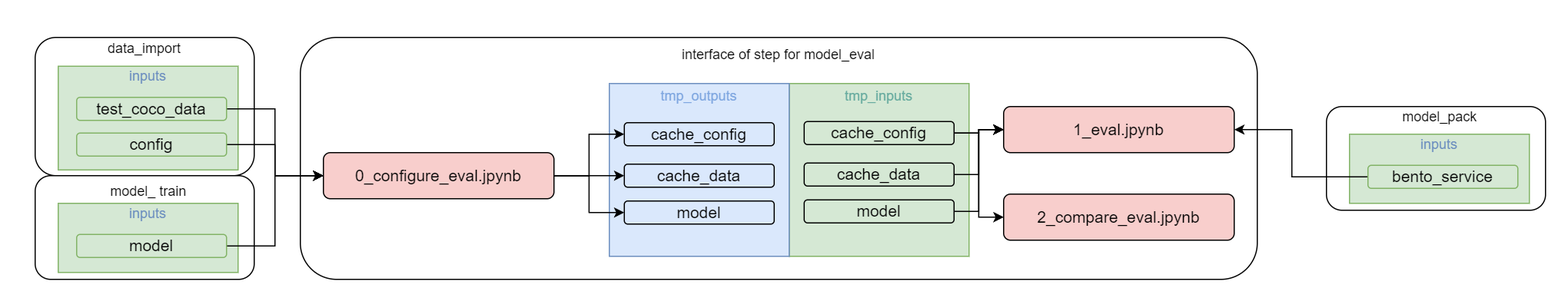
4-DS/obj_detect_rest-model_eval keeps this draw.io diagram as imgs/model_eval_interface.drawio.png. Above is the earlier version. Source tidied: cells renumbered, new cells last; positions are measured from the earlier drawing's top-left corner, leaving out a move shared by most shapes.
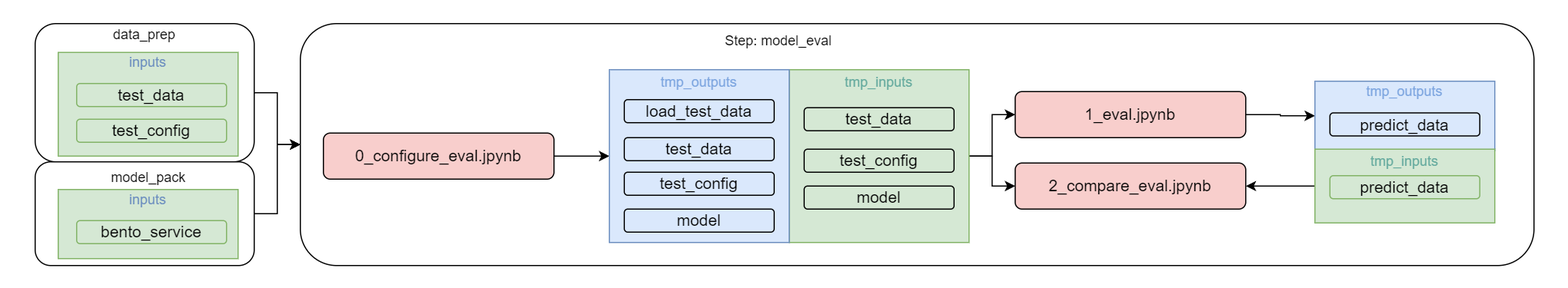
Above is the later version.

Commit message:
unpack binary model from bentoservice

Change to the diagram source:
```diff
@@ -3,25 +3,40 @@
     <mxCell id="0" />
     <mxCell id="1" parent="0" />
     <mxCell id="2" style="rounded=1;whiteSpace=wrap;html=1;strokeColor=none;" parent="1" vertex="1">
-      <mxGeometry width="1360" height="250" as="geometry" />
+      <mxGeometry y="12" width="1360" height="250" as="geometry" />
     </mxCell>
+    <mxCell id="40" style="edgeStyle=orthogonalEdgeStyle;rounded=0;jettySize=auto;html=1;" parent="1" edge="1" source="3" target="4">
+      <mxGeometry relative="1" as="geometry" />
+    </mxCell>
     <mxCell id="3" style="rounded=1;whiteSpace=wrap;html=1;" parent="1" vertex="1">
       <mxGeometry x="30" y="32" width="190" height="120" as="geometry" />
     </mxCell>
     <mxCell id="4" style="rounded=1;whiteSpace=wrap;html=1;" parent="1" vertex="1">
-      <mxGeometry x="260" y="32" width="830" height="210" as="geometry" />
+      <mxGeometry x="260" y="32" width="1070" height="210" as="geometry" />
     </mxCell>
+    <mxCell id="41" style="edgeStyle=orthogonalEdgeStyle;rounded=0;jettySize=auto;html=1;" parent="1" edge="1" source="5" target="7">
+      <mxGeometry relative="1" as="geometry" />
+    </mxCell>
+    <mxCell id="42" style="edgeStyle=orthogonalEdgeStyle;rounded=0;jettySize=auto;html=1;" parent="1" edge="1" source="5" target="18">
+      <mxGeometry relative="1" as="geometry" />
+    </mxCell>
     <mxCell id="5" value="&lt;font style=&quot;font-size: 12px;&quot;&gt;&lt;font color=&quot;#67ab9f&quot;&gt;&lt;font style=&quot;font-size: 12px;&quot;&gt;tmp_inputs&lt;/font&gt;&lt;br&gt;&lt;br&gt;&lt;br&gt;&lt;br&gt;&lt;br&gt;&lt;br&gt;&lt;br&gt;&lt;br&gt;&lt;br&gt;&lt;/font&gt;&lt;br&gt;&lt;/font&gt;" style="rounded=0;whiteSpace=wrap;html=1;fillColor=#d5e8d4;strokeColor=#82b366;" parent="1" vertex="1">
       <mxGeometry x="684" y="72" width="156" height="150" as="geometry" />
     </mxCell>
-    <mxCell id="6" value="interface of step for model_eval" style="text;html=1;strokeColor=none;fillColor=none;align=center;verticalAlign=middle;whiteSpace=wrap;rounded=0;" parent="1" vertex="1">
+    <mxCell id="6" value="Step: model_eval" style="text;html=1;strokeColor=none;fillColor=none;align=center;verticalAlign=middle;whiteSpace=wrap;rounded=0;" parent="1" vertex="1">
       <mxGeometry x="560" y="32" width="230" height="30" as="geometry" />
     </mxCell>
+    <mxCell id="43" style="edgeStyle=orthogonalEdgeStyle;rounded=0;jettySize=auto;html=1;entryX=0;entryY=0.5;entryDx=0;entryDy=0;" parent="1" edge="1" source="7" target="47">
+      <mxGeometry relative="1" as="geometry" />
+    </mxCell>
     <mxCell id="7" value="&lt;font style=&quot;font-size: 14px;&quot;&gt;1_eval.jpynb&lt;/font&gt;" style="rounded=1;whiteSpace=wrap;html=1;fillColor=#f8cecc;strokeColor=#000000;strokeWidth=1;" parent="1" vertex="1">
-      <mxGeometry x="870" y="92" width="200" height="40" as="geometry" />
+      <mxGeometry x="880" y="91" width="200" height="40" as="geometry" />
     </mxCell>
+    <mxCell id="44" style="edgeStyle=orthogonalEdgeStyle;rounded=0;jettySize=auto;html=1;" parent="1" edge="1" source="8" target="9">
+      <mxGeometry relative="1" as="geometry" />
+    </mxCell>
     <mxCell id="8" value="&lt;font style=&quot;font-size: 14px;&quot;&gt;0_configure_eval.jpynb&lt;/font&gt;" style="rounded=1;whiteSpace=wrap;html=1;fillColor=#f8cecc;strokeColor=#000000;strokeWidth=1;" parent="1" vertex="1">
-      <mxGeometry x="280" y="132" width="200" height="40" as="geometry" />
+      <mxGeometry x="280" y="127" width="200" height="40" as="geometry" />
     </mxCell>
     <mxCell id="9" value="&lt;font style=&quot;font-size: 12px;&quot;&gt;&lt;font color=&quot;#7ea6e0&quot;&gt;&lt;font style=&quot;font-size: 12px;&quot;&gt;tmp_outputs&lt;/font&gt;&lt;br&gt;&lt;br&gt;&lt;br&gt;&lt;br&gt;&lt;br&gt;&lt;br&gt;&lt;br&gt;&lt;br&gt;&lt;br&gt;&lt;/font&gt;&lt;br&gt;&lt;/font&gt;" style="rounded=0;whiteSpace=wrap;html=1;fillColor=#dae8fc;strokeColor=#6c8ebf;" parent="1" vertex="1">
       <mxGeometry x="528" y="72" width="156" height="150" as="geometry" />
@@ -29,97 +44,68 @@
     <mxCell id="10" value="&lt;font style=&quot;font-size: 12px;&quot;&gt;&lt;font color=&quot;#6c8ebf&quot;&gt;&lt;font style=&quot;font-size: 12px;&quot;&gt;inputs&lt;/font&gt;&lt;br&gt;&lt;br&gt;&lt;br&gt;&lt;br&gt;&lt;br&gt;&lt;/font&gt;&lt;br&gt;&lt;/font&gt;" style="rounded=0;whiteSpace=wrap;html=1;fillColor=#d5e8d4;strokeColor=#82b366;" parent="1" vertex="1">
       <mxGeometry x="50" y="57" width="156" height="90" as="geometry" />
     </mxCell>
-    <mxCell id="11" style="edgeStyle=orthogonalEdgeStyle;rounded=0;jettySize=auto;html=1;entryX=0;entryY=0.5;entryDx=0;entryDy=0;" parent="1" edge="1" source="12" target="8">
-      <mxGeometry relative="1" as="geometry" />
-    </mxCell>
-    <mxCell id="12" value="&lt;font style=&quot;font-size: 14px;&quot;&gt;config&lt;/font&gt;" style="rounded=1;whiteSpace=wrap;html=1;fillColor=#d5e8d4;strokeColor=#82b366;strokeWidth=1;" parent="1" vertex="1">
+    <mxCell id="12" value="&lt;font style=&quot;font-size: 14px;&quot;&gt;test_config&lt;/font&gt;" style="rounded=1;whiteSpace=wrap;html=1;fillColor=#d5e8d4;strokeColor=#82b366;strokeWidth=1;" parent="1" vertex="1">
       <mxGeometry x="66" y="115" width="130" height="20" as="geometry" />
     </mxCell>
-    <mxCell id="13" style="edgeStyle=orthogonalEdgeStyle;rounded=0;jettySize=auto;html=1;entryX=0;entryY=0.5;entryDx=0;entryDy=0;" parent="1" edge="1" source="14" target="8">
-      <mxGeometry relative="1" as="geometry" />
-    </mxCell>
-    <mxCell id="14" value="&lt;font style=&quot;font-size: 14px;&quot;&gt;test_coco_data&lt;/font&gt;" style="rounded=1;whiteSpace=wrap;html=1;fillColor=#d5e8d4;strokeColor=#82b366;strokeWidth=1;" parent="1" vertex="1">
+    <mxCell id="14" value="&lt;font style=&quot;font-size: 14px;&quot;&gt;test_data&lt;/font&gt;" style="rounded=1;whiteSpace=wrap;html=1;fillColor=#d5e8d4;strokeColor=#82b366;strokeWidth=1;" parent="1" vertex="1">
       <mxGeometry x="66" y="84" width="130" height="20" as="geometry" />
     </mxCell>
-    <mxCell id="15" value="&lt;font style=&quot;font-size: 14px;&quot;&gt;model&lt;/font&gt;" style="rounded=1;whiteSpace=wrap;html=1;fillColor=#dae8fc;strokeColor=#000000;strokeWidth=1;" parent="1" vertex="1">
-      <mxGeometry x="541" y="174" width="130" height="20" as="geometry" />
+    <mxCell id="15" value="&lt;font style=&quot;font-size: 14px;&quot;&gt;test_config&lt;/font&gt;" style="rounded=1;whiteSpace=wrap;html=1;fillColor=#dae8fc;strokeColor=#000000;strokeWidth=1;" parent="1" vertex="1">
+      <mxGeometry x="541" y="161" width="130" height="20" as="geometry" />
     </mxCell>
-    <mxCell id="16" value="&lt;font style=&quot;font-size: 14px;&quot;&gt;cache_config&lt;/font&gt;" style="rounded=1;whiteSpace=wrap;html=1;fillColor=#dae8fc;strokeColor=#000000;strokeWidth=1;" parent="1" vertex="1">
-      <mxGeometry x="541" y="106" width="130" height="20" as="geometry" />
+    <mxCell id="16" value="&lt;font style=&quot;font-size: 14px;&quot;&gt;load_test_data&lt;/font&gt;" style="rounded=1;whiteSpace=wrap;html=1;fillColor=#dae8fc;strokeColor=#000000;strokeWidth=1;" parent="1" vertex="1">
+      <mxGeometry x="541" y="98" width="130" height="20" as="geometry" />
     </mxCell>
-    <mxCell id="17" value="&lt;font style=&quot;font-size: 14px;&quot;&gt;cache_data&lt;/font&gt;" style="rounded=1;whiteSpace=wrap;html=1;fillColor=#dae8fc;strokeColor=#000000;strokeWidth=1;" parent="1" vertex="1">
-      <mxGeometry x="541" y="142" width="130" height="20" as="geometry" />
+    <mxCell id="17" value="&lt;font style=&quot;font-size: 14px;&quot;&gt;test_data&lt;/font&gt;" style="rounded=1;whiteSpace=wrap;html=1;fillColor=#dae8fc;strokeColor=#000000;strokeWidth=1;" parent="1" vertex="1">
+      <mxGeometry x="541" y="131" width="130" height="20" as="geometry" />
     </mxCell>
     <mxCell id="18" value="&lt;font style=&quot;font-size: 14px;&quot;&gt;2_compare_eval.jpynb&lt;/font&gt;" style="rounded=1;whiteSpace=wrap;html=1;fillColor=#f8cecc;strokeColor=#000000;strokeWidth=1;" parent="1" vertex="1">
-      <mxGeometry x="870" y="168" width="200" height="40" as="geometry" />
+      <mxGeometry x="880" y="153" width="200" height="40" as="geometry" />
     </mxCell>
-    <mxCell id="19" style="edgeStyle=orthogonalEdgeStyle;rounded=0;jettySize=auto;html=1;entryX=0;entryY=0.5;entryDx=0;entryDy=0;" parent="1" edge="1" source="8" target="16">
-      <mxGeometry relative="1" as="geometry" />
-    </mxCell>
-    <mxCell id="20" style="edgeStyle=orthogonalEdgeStyle;rounded=0;jettySize=auto;html=1;entryX=0;entryY=0.5;entryDx=0;entryDy=0;" parent="1" edge="1" source="8" target="17">
-      <mxGeometry relative="1" as="geometry" />
-    </mxCell>
-    <mxCell id="21" style="edgeStyle=orthogonalEdgeStyle;rounded=0;jettySize=auto;html=1;entryX=0;entryY=0.5;entryDx=0;entryDy=0;" parent="1" edge="1" source="8" target="15">
-      <mxGeometry relative="1" as="geometry" />
-    </mxCell>
-    <mxCell id="22" style="edgeStyle=orthogonalEdgeStyle;rounded=0;jettySize=auto;html=1;entryX=0;entryY=0.5;entryDx=0;entryDy=0;" parent="1" edge="1" source="23" target="7">
-      <mxGeometry relative="1" as="geometry" />
-    </mxCell>
     <mxCell id="23" value="&lt;font style=&quot;font-size: 14px;&quot;&gt;model&lt;/font&gt;" style="rounded=1;whiteSpace=wrap;html=1;fillColor=#d5e8d4;strokeColor=#000000;strokeWidth=1;" parent="1" vertex="1">
       <mxGeometry x="697" y="173" width="130" height="20" as="geometry" />
     </mxCell>
-    <mxCell id="24" style="edgeStyle=orthogonalEdgeStyle;rounded=0;jettySize=auto;html=1;entryX=0;entryY=0.5;entryDx=0;entryDy=0;" parent="1" edge="1" source="26" target="7">
-      <mxGeometry relative="1" as="geometry" />
-    </mxCell>
-    <mxCell id="25" style="edgeStyle=orthogonalEdgeStyle;rounded=0;jettySize=auto;html=1;entryX=0;entryY=0.5;entryDx=0;entryDy=0;" parent="1" edge="1" source="26" target="18">
-      <mxGeometry relative="1" as="geometry" />
-    </mxCell>
-    <mxCell id="26" value="&lt;font style=&quot;font-size: 14px;&quot;&gt;cache_config&lt;/font&gt;" style="rounded=1;whiteSpace=wrap;html=1;fillColor=#d5e8d4;strokeColor=#000000;strokeWidth=1;" parent="1" vertex="1">
+    <mxCell id="26" value="&lt;font style=&quot;font-size: 14px;&quot;&gt;test_data&lt;/font&gt;" style="rounded=1;whiteSpace=wrap;html=1;fillColor=#d5e8d4;strokeColor=#000000;strokeWidth=1;" parent="1" vertex="1">
       <mxGeometry x="697" y="105" width="130" height="20" as="geometry" />
     </mxCell>
-    <mxCell id="27" style="edgeStyle=orthogonalEdgeStyle;rounded=0;jettySize=auto;html=1;entryX=0;entryY=0.5;entryDx=0;entryDy=0;" parent="1" edge="1" source="28" target="7">
-      <mxGeometry relative="1" as="geometry" />
-    </mxCell>
-    <mxCell id="28" value="&lt;font style=&quot;font-size: 14px;&quot;&gt;cache_data&lt;/font&gt;" style="rounded=1;whiteSpace=wrap;html=1;fillColor=#d5e8d4;strokeColor=#000000;strokeWidth=1;" parent="1" vertex="1">
+    <mxCell id="28" value="&lt;font style=&quot;font-size: 14px;&quot;&gt;test_config&lt;/font&gt;" style="rounded=1;whiteSpace=wrap;html=1;fillColor=#d5e8d4;strokeColor=#000000;strokeWidth=1;" parent="1" vertex="1">
       <mxGeometry x="697" y="141" width="130" height="20" as="geometry" />
     </mxCell>
-    <mxCell id="29" value="data_import" style="text;html=1;strokeColor=none;fillColor=none;align=center;verticalAlign=middle;whiteSpace=wrap;rounded=0;" parent="1" vertex="1">
+    <mxCell id="29" value="data_prep" style="text;html=1;strokeColor=none;fillColor=none;align=center;verticalAlign=middle;whiteSpace=wrap;rounded=0;" parent="1" vertex="1">
       <mxGeometry x="95" y="27" width="60" height="30" as="geometry" />
     </mxCell>
+    <mxCell id="45" style="edgeStyle=orthogonalEdgeStyle;rounded=0;jettySize=auto;html=1;entryX=0;entryY=0.5;entryDx=0;entryDy=0;" parent="1" edge="1" source="30" target="4">
+      <mxGeometry relative="1" as="geometry" />
+    </mxCell>
     <mxCell id="30" style="rounded=1;whiteSpace=wrap;html=1;" parent="1" vertex="1">
       <mxGeometry x="30" y="152" width="190" height="90" as="geometry" />
     </mxCell>
     <mxCell id="31" value="&lt;font style=&quot;font-size: 12px;&quot;&gt;&lt;font color=&quot;#6c8ebf&quot;&gt;&lt;font style=&quot;font-size: 12px;&quot;&gt;inputs&lt;/font&gt;&lt;br&gt;&lt;br&gt;&lt;/font&gt;&lt;br&gt;&lt;br&gt;&lt;/font&gt;" style="rounded=0;whiteSpace=wrap;html=1;fillColor=#d5e8d4;strokeColor=#82b366;" parent="1" vertex="1">
       <mxGeometry x="50" y="176" width="156" height="60" as="geometry" />
     </mxCell>
-    <mxCell id="32" style="edgeStyle=orthogonalEdgeStyle;rounded=0;jettySize=auto;html=1;entryX=0;entryY=0.5;entryDx=0;entryDy=0;" parent="1" edge="1" source="33" target="8">
-      <mxGeometry relative="1" as="geometry" />
-    </mxCell>
-    <mxCell id="33" value="&lt;font style=&quot;font-size: 14px;&quot;&gt;model&lt;/font&gt;" style="rounded=1;whiteSpace=wrap;html=1;fillColor=#d5e8d4;strokeColor=#82b366;strokeWidth=1;" parent="1" vertex="1">
+    <mxCell id="33" value="&lt;font style=&quot;font-size: 14px;&quot;&gt;bento_service&lt;/font&gt;" style="rounded=1;whiteSpace=wrap;html=1;fillColor=#d5e8d4;strokeColor=#82b366;strokeWidth=1;" parent="1" vertex="1">
       <mxGeometry x="66" y="203" width="130" height="20" as="geometry" />
     </mxCell>
-    <mxCell id="34" value="model_ train" style="text;html=1;strokeColor=none;fillColor=none;align=center;verticalAlign=middle;whiteSpace=wrap;rounded=0;" parent="1" vertex="1">
+    <mxCell id="34" value="model_pack" style="text;html=1;strokeColor=none;fillColor=none;align=center;verticalAlign=middle;whiteSpace=wrap;rounded=0;" parent="1" vertex="1">
       <mxGeometry x="83.5" y="151" width="89" height="30" as="geometry" />
     </mxCell>
-    <mxCell id="35" style="rounded=1;whiteSpace=wrap;html=1;" parent="1" vertex="1">
-      <mxGeometry x="1150" y="92" width="190" height="90" as="geometry" />
-    </mxCell>
-    <mxCell id="36" value="&lt;font style=&quot;font-size: 12px;&quot;&gt;&lt;font color=&quot;#6c8ebf&quot;&gt;&lt;font style=&quot;font-size: 12px;&quot;&gt;inputs&lt;/font&gt;&lt;br&gt;&lt;br&gt;&lt;/font&gt;&lt;br&gt;&lt;br&gt;&lt;/font&gt;" style="rounded=0;whiteSpace=wrap;html=1;fillColor=#d5e8d4;strokeColor=#82b366;" parent="1" vertex="1">
-      <mxGeometry x="1170" y="116" width="156" height="60" as="geometry" />
-    </mxCell>
-    <mxCell id="37" style="edgeStyle=orthogonalEdgeStyle;rounded=0;jettySize=auto;html=1;entryX=1;entryY=0.5;entryDx=0;entryDy=0;" parent="1" edge="1" source="38" target="7">
-      <mxGeometry relative="1" as="geometry">
-        <Array as="points">
-          <mxPoint x="1120" y="153" />
-          <mxPoint x="1120" y="112" />
-        </Array>
-      </mxGeometry>
-    </mxCell>
-    <mxCell id="38" value="&lt;font style=&quot;font-size: 14px;&quot;&gt;bento_service&lt;/font&gt;" style="rounded=1;whiteSpace=wrap;html=1;fillColor=#d5e8d4;strokeColor=#82b366;strokeWidth=1;" parent="1" vertex="1">
-      <mxGeometry x="1186" y="143" width="130" height="20" as="geometry" />
-    </mxCell>
-    <mxCell id="39" value="model_pack" style="text;html=1;strokeColor=none;fillColor=none;align=center;verticalAlign=middle;whiteSpace=wrap;rounded=0;" parent="1" vertex="1">
-      <mxGeometry x="1203.5" y="86" width="89" height="30" as="geometry" />
-    </mxCell>
+    <mxCell id="46" value="&lt;font style=&quot;font-size: 14px;&quot;&gt;model&lt;/font&gt;" style="rounded=1;whiteSpace=wrap;html=1;fillColor=#dae8fc;strokeColor=#000000;strokeWidth=1;" parent="1" vertex="1">
+      <mxGeometry x="541" y="193" width="130" height="20" as="geometry" />
+    </mxCell>
+    <mxCell id="47" value="&lt;font style=&quot;font-size: 12px;&quot;&gt;&lt;font color=&quot;#7ea6e0&quot;&gt;&lt;font style=&quot;font-size: 12px;&quot;&gt;tmp_outputs&lt;/font&gt;&lt;br&gt;&lt;br&gt;&lt;br&gt;&lt;/font&gt;&lt;br&gt;&lt;/font&gt;" style="rounded=0;whiteSpace=wrap;html=1;fillColor=#dae8fc;strokeColor=#6c8ebf;" parent="1" vertex="1">
+      <mxGeometry x="1140" y="82" width="156" height="60" as="geometry" />
+    </mxCell>
+    <mxCell id="48" value="&lt;font style=&quot;font-size: 14px;&quot;&gt;predict_data&lt;/font&gt;" style="rounded=1;whiteSpace=wrap;html=1;fillColor=#dae8fc;strokeColor=#000000;strokeWidth=1;" parent="1" vertex="1">
+      <mxGeometry x="1153" y="109.5" width="130" height="20" as="geometry" />
+    </mxCell>
+    <mxCell id="49" style="edgeStyle=orthogonalEdgeStyle;rounded=0;jettySize=auto;html=1;" parent="1" edge="1" source="50" target="18">
+      <mxGeometry relative="1" as="geometry" />
+    </mxCell>
+    <mxCell id="50" value="&lt;font style=&quot;font-size: 12px;&quot;&gt;&lt;font color=&quot;#67ab9f&quot;&gt;&lt;font style=&quot;font-size: 12px;&quot;&gt;tmp_inputs&lt;/font&gt;&lt;br&gt;&lt;br&gt;&lt;br&gt;&lt;/font&gt;&lt;br&gt;&lt;/font&gt;" style="rounded=0;whiteSpace=wrap;html=1;fillColor=#d5e8d4;strokeColor=#82b366;" parent="1" vertex="1">
+      <mxGeometry x="1140" y="141" width="156" height="64" as="geometry" />
+    </mxCell>
+    <mxCell id="51" value="&lt;font style=&quot;font-size: 14px;&quot;&gt;predict_data&lt;/font&gt;" style="rounded=1;whiteSpace=wrap;html=1;fillColor=#d5e8d4;strokeColor=#82b366;strokeWidth=1;" parent="1" vertex="1">
+      <mxGeometry x="1153" y="164" width="130" height="20" as="geometry" />
+    </mxCell>
   </root>
 </mxGraphModel>
```
